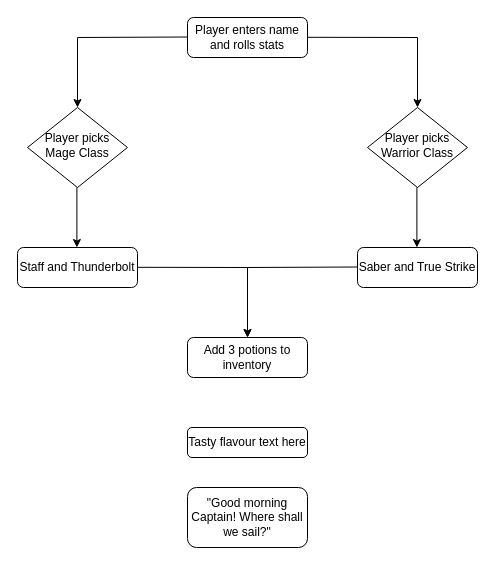
Earlier version of the draw.io diagram storyPath.drawio (sagesaintsalem/finalproject). Source tidied: cells renumbered, new cells numbered last; positions are measured from the earlier drawing's top-left corner, leaving out a move shared by most shapes. Both pictures are drawn from the tidied source at 100%, with x=0, y=0 at pixel (17, 17).
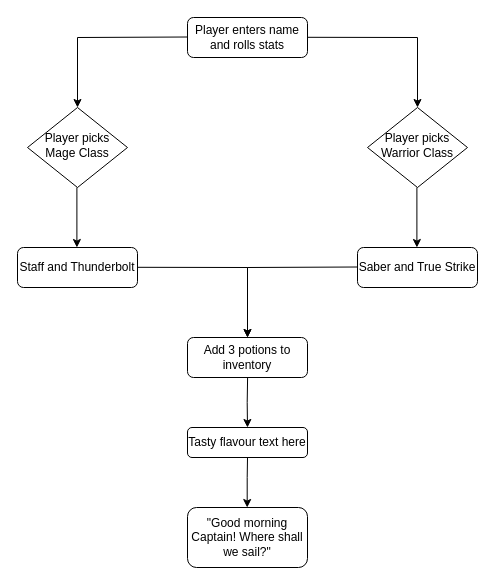
The same diagram, later.

Change to the diagram source:
```diff
@@
     <mxCell id="14" value="&quot;Good morning Captain! Where shall we sail?&quot;" style="rounded=1;whiteSpace=wrap;html=1;fontSize=12;glass=0;strokeWidth=1;shadow=0;" parent="1" vertex="1">
-      <mxGeometry x="170" y="470" width="120" height="60" as="geometry" />
+      <mxGeometry x="170" y="490" width="120" height="60" as="geometry" />
     </mxCell>
@@
+    <mxCell id="16" style="endArrow=classic;html=1;rounded=0;" parent="1" edge="1">
+      <mxGeometry relative="1" as="geometry">
+        <mxPoint x="230" y="440" as="sourcePoint" />
+        <mxPoint x="229.7" y="490" as="targetPoint" />
+        <Array as="points">
+          <mxPoint x="229.7" y="460" />
+        </Array>
+      </mxGeometry>
+    </mxCell>
+    <mxCell id="17" style="endArrow=classic;html=1;rounded=0;" parent="1" edge="1">
+      <mxGeometry relative="1" as="geometry">
+        <mxPoint x="230.1" y="360" as="sourcePoint" />
+        <mxPoint x="230" y="410" as="targetPoint" />
+        <Array as="points">
+          <mxPoint x="229.7" y="385" />
+        </Array>
+      </mxGeometry>
+    </mxCell>
```
